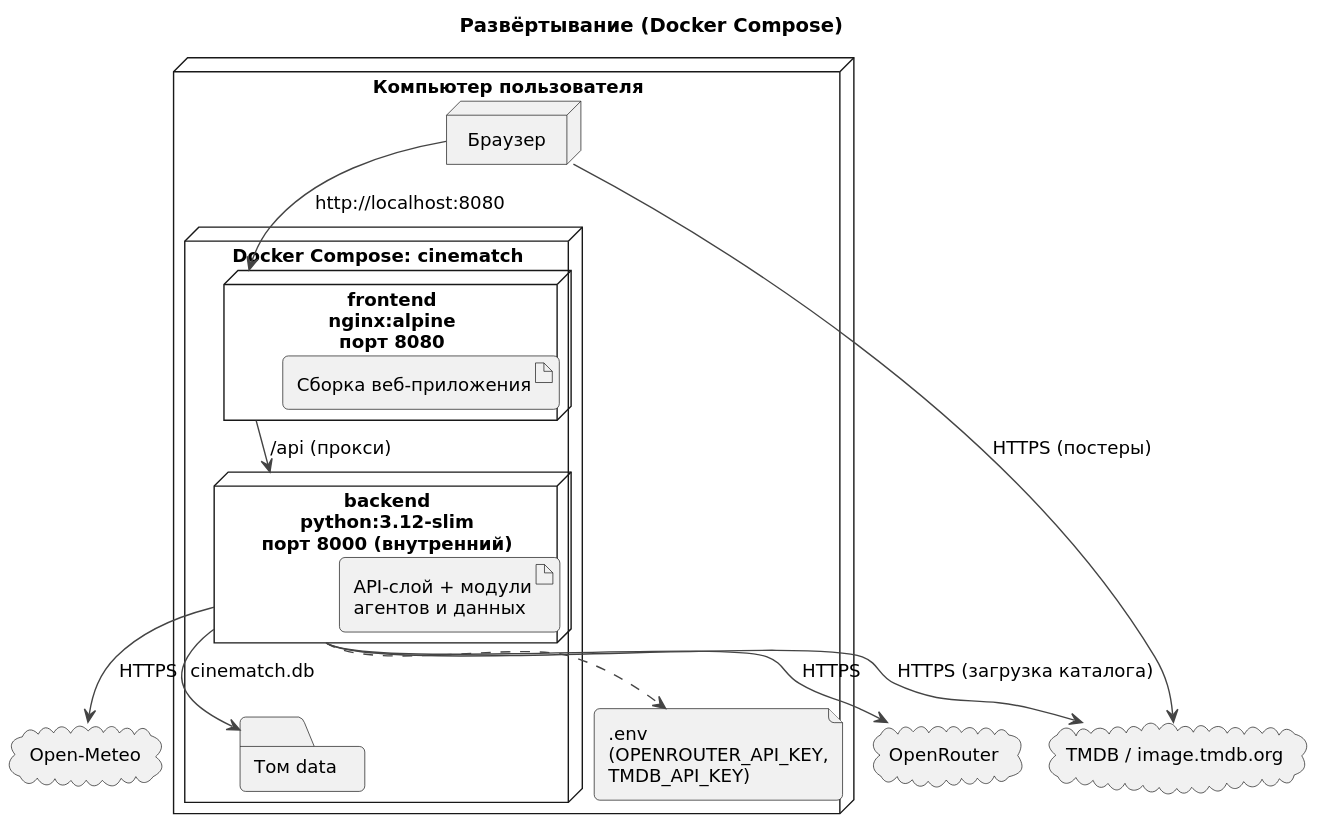
Earlier version of the PlantUML export documents/ui/diagrams/165-deployment.svg (ryDIEv/CineMatch).
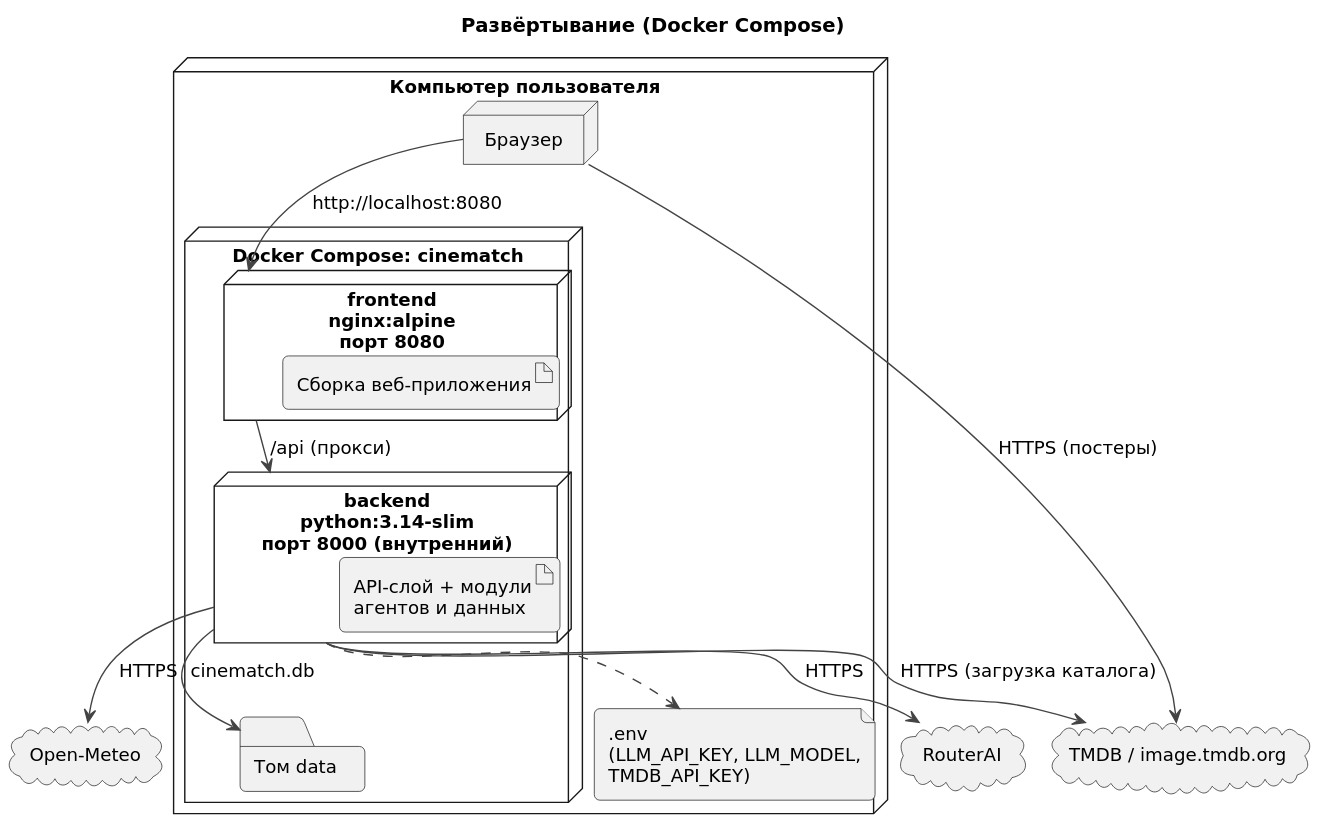
Above is the later version.

Diff of the diagram source:
```diff
@@ -6,22 +6,22 @@
     node "frontend\nnginx:alpine\nпорт 8080" as fe {
       artifact "Сборка веб-приложения" as app
     }
-    node "backend\npython:3.12-slim\nпорт 8000 (внутренний)" as be {
+    node "backend\npython:3.14-slim\nпорт 8000 (внутренний)" as be {
       artifact "API-слой + модули\nагентов и данных" as api
     }
     folder "Том data" as vol
   }
-  file ".env\n(OPENROUTER_API_KEY,\nTMDB_API_KEY)" as env
+  file ".env\n(LLM_API_KEY, LLM_MODEL,\nTMDB_API_KEY)" as env
   node "Браузер" as br
 }
-cloud "OpenRouter" as or
+cloud "RouterAI" as ra
 cloud "TMDB / image.tmdb.org" as tmdb
 cloud "Open-Meteo" as om
 br --> fe : http://localhost:8080
 fe --> be : /api (прокси)
 be --> vol : cinematch.db
 be ..> env
-be --> or : HTTPS
+be --> ra : HTTPS
 be --> tmdb : HTTPS (загрузка каталога)
 be --> om : HTTPS
 br --> tmdb : HTTPS (постеры)
```
